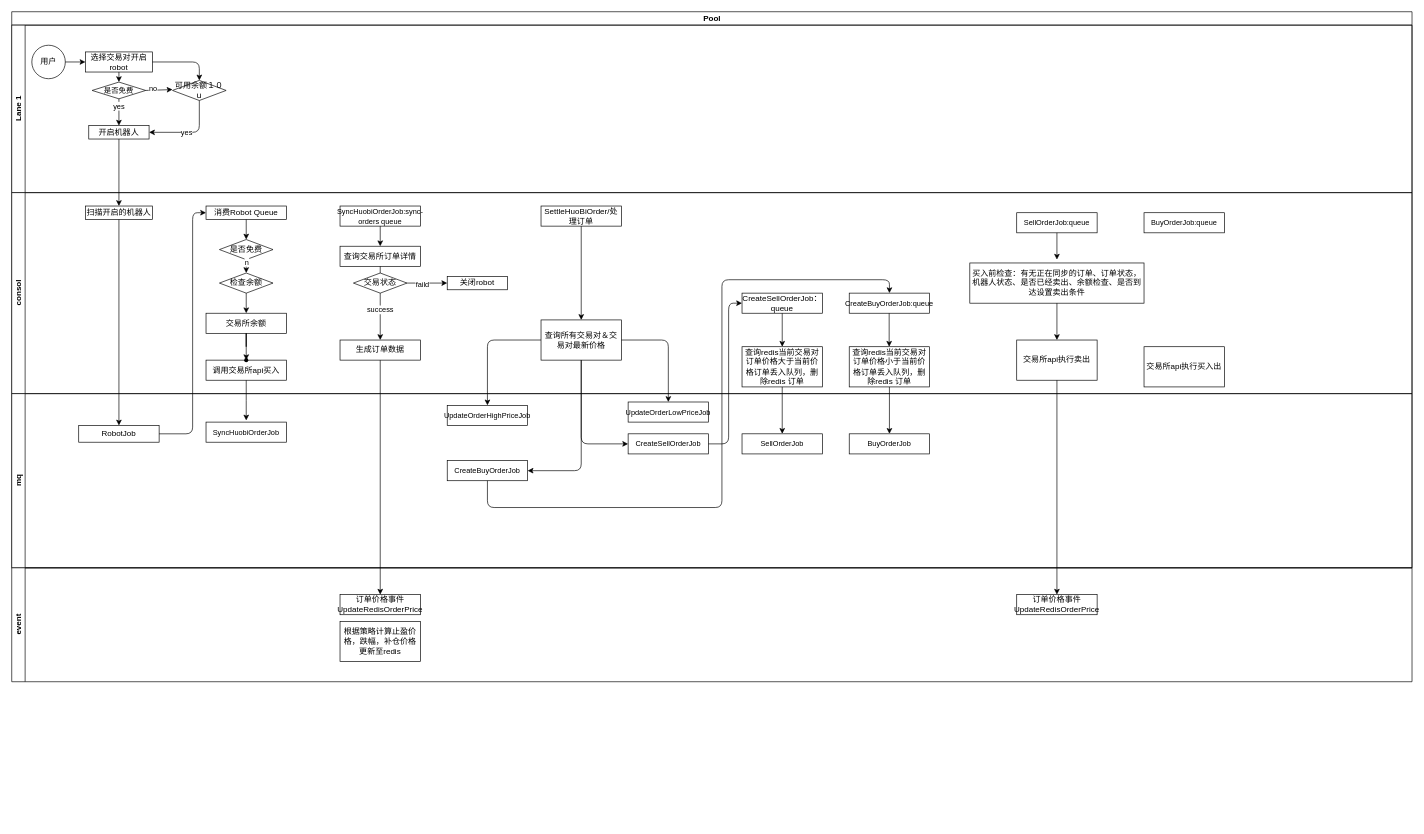
makeyin/dev keeps this draw.io diagram as Untitled Diagram.drawio. Above is the earlier version. Source tidied: cells renumbered, new cells numbered last; positions are measured from the earlier drawing's top-left corner, leaving out a move shared by most shapes. Both pictures are drawn from the tidied source at 67%, with x=0, y=0 at pixel (11, 11).
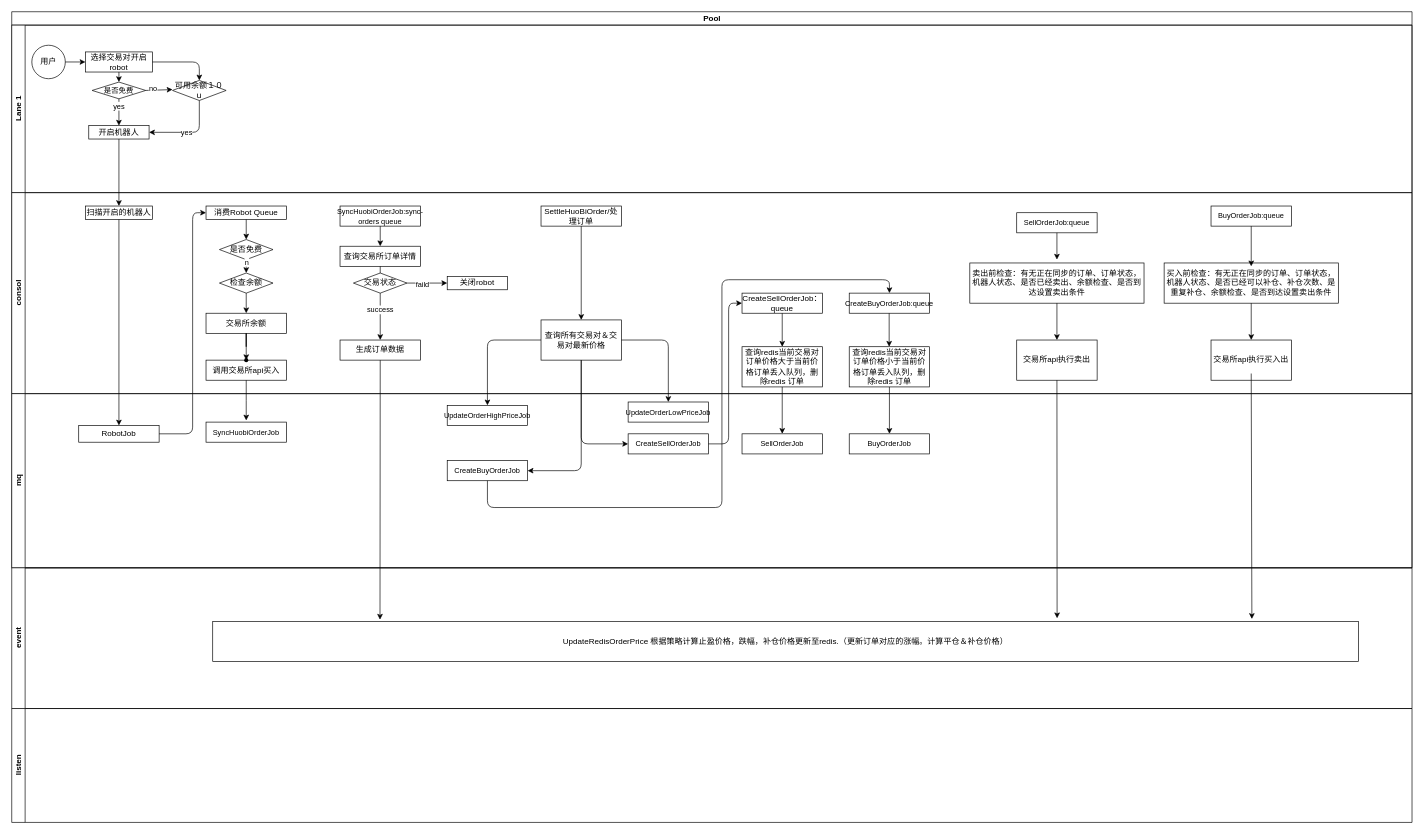
Above is the later version.

Unchanged cells that the change refers to:
```xml
<mxCell id="2" value="Pool" style="swimlane;html=1;horizontal=1;startSize=20;" parent="1" vertex="1">
  <mxGeometry width="2090" height="830" as="geometry" />
</mxCell>
<mxCell id="9" value="开启机器人" style="rounded=0;whiteSpace=wrap;html=1;" parent="3" vertex="1">
  <mxGeometry x="115" y="150" width="90" height="20" as="geometry" />
</mxCell>
<mxCell id="18" value="consol" style="swimlane;html=1;startSize=20;horizontal=0;" parent="2" vertex="1">
  <mxGeometry y="270" width="2090" height="300" as="geometry" />
</mxCell>
<mxCell id="19" value="扫描开启的机器人" style="rounded=0;whiteSpace=wrap;html=1;" parent="18" vertex="1">
  <mxGeometry x="110" y="20" width="100" height="20" as="geometry" />
</mxCell>
<mxCell id="34" value="生成订单数据" style="rounded=0;whiteSpace=wrap;html=1;" parent="18" vertex="1">
  <mxGeometry x="490" y="220" width="120" height="30" as="geometry" />
</mxCell>
<mxCell id="52" value="交易所api执行卖出" style="rounded=0;whiteSpace=wrap;html=1;" parent="18" vertex="1">
  <mxGeometry x="1500" y="220" width="120" height="60" as="geometry" />
</mxCell>
```

What changed in the source:
```diff
@@
+    <mxCell id="56" style="endArrow=classic;html=1;exitX=0.5;exitY=1;exitDx=0;exitDy=0;entryX=0.5;entryY=0;entryDx=0;entryDy=0;" parent="2" edge="1" source="9" target="19">
+      <mxGeometry relative="1" as="geometry" />
+    </mxCell>
@@
     <mxCell id="53" value="交易所api执行买入出" style="rounded=0;whiteSpace=wrap;html=1;" parent="18" vertex="1">
-      <mxGeometry x="1690" y="230" width="120" height="60" as="geometry" />
+      <mxGeometry x="1790" y="220" width="120" height="60" as="geometry" />
     </mxCell>
-    <mxCell id="54" value="买入前检查：有无正在同步的订单、订单状态，机器人状态、是否已经卖出、余额检查、是否到达设置卖出条件" style="rounded=0;whiteSpace=wrap;html=1;" parent="18" vertex="1">
+    <mxCell id="54" value="卖出前检查：有无正在同步的订单、订单状态，机器人状态、是否已经卖出、余额检查、是否到达设置卖出条件" style="rounded=0;whiteSpace=wrap;html=1;" parent="18" vertex="1">
       <mxGeometry x="1430" y="105" width="260" height="60" as="geometry" />
     </mxCell>
@@
-    <mxCell id="56" style="endArrow=classic;html=1;exitX=0.5;exitY=1;exitDx=0;exitDy=0;entryX=0.5;entryY=0;entryDx=0;entryDy=0;" parent="2" edge="1" source="9" target="19">
-      <mxGeometry relative="1" as="geometry" />
-    </mxCell>
+    <mxCell id="85" value="买入前检查：有无正在同步的订单、订单状态，机器人状态、是否已经可以补仓、补仓次数、是重复补仓、余额检查、是否到达设置卖出条件" style="rounded=0;whiteSpace=wrap;html=1;" parent="18" vertex="1">
+      <mxGeometry x="1720" y="105" width="260" height="60" as="geometry" />
+    </mxCell>
+    <mxCell id="82" value="&lt;font style=&quot;font-size: 11px&quot;&gt;BuyOrderJob:queue&lt;/font&gt;" style="rounded=0;whiteSpace=wrap;html=1;" parent="18" vertex="1">
+      <mxGeometry x="1790" y="20" width="120" height="30" as="geometry" />
+    </mxCell>
+    <mxCell id="86" style="endArrow=classic;html=1;entryX=0.5;entryY=0;entryDx=0;entryDy=0;exitX=0.5;exitY=1;exitDx=0;exitDy=0;" parent="18" edge="1" source="85" target="53">
+      <mxGeometry relative="1" as="geometry" />
+    </mxCell>
@@
     <mxCell id="75" value="event" style="swimlane;html=1;startSize=20;horizontal=0;" parent="1" vertex="1">
-      <mxGeometry y="830" width="2090" height="170" as="geometry" />
+      <mxGeometry y="830" width="2090" height="210" as="geometry" />
     </mxCell>
-    <mxCell id="76" value="订单价格事件&lt;br&gt;UpdateRedisOrderPrice" style="rounded=0;whiteSpace=wrap;html=1;" parent="75" vertex="1">
-      <mxGeometry x="490" y="40" width="120" height="30" as="geometry" />
-    </mxCell>
-    <mxCell id="77" value="根据策略计算止盈价格，跌幅，补仓价格更新至redis" style="rounded=0;whiteSpace=wrap;html=1;" parent="75" vertex="1">
-      <mxGeometry x="490" y="80" width="120" height="60" as="geometry" />
+    <mxCell id="77" value="UpdateRedisOrderPrice 根据策略计算止盈价格，跌幅，补仓价格更新至redis.（更新订单对应的涨幅。计算平仓＆补仓价格）" style="rounded=0;whiteSpace=wrap;html=1;" parent="75" vertex="1">
+      <mxGeometry x="300" y="80" width="1710" height="60" as="geometry" />
     </mxCell>
-    <mxCell id="78" value="订单价格事件&lt;br&gt;UpdateRedisOrderPrice" style="rounded=0;whiteSpace=wrap;html=1;" parent="75" vertex="1">
-      <mxGeometry x="1500" y="40" width="120" height="30" as="geometry" />
-    </mxCell>
-    <mxCell id="79" style="endArrow=classic;html=1;exitX=0.5;exitY=1;exitDx=0;exitDy=0;" parent="1" edge="1" source="34" target="76">
+    <mxCell id="79" style="endArrow=classic;html=1;exitX=0.5;exitY=1;exitDx=0;exitDy=0;entryX=0.146;entryY=-0.044;entryDx=0;entryDy=0;entryPerimeter=0;" parent="1" edge="1" source="34" target="77">
       <mxGeometry relative="1" as="geometry" />
     </mxCell>
@@
-    <mxCell id="82" value="&lt;font style=&quot;font-size: 11px&quot;&gt;BuyOrderJob:queue&lt;/font&gt;" style="rounded=0;whiteSpace=wrap;html=1;" parent="1" vertex="1">
-      <mxGeometry x="1690" y="300" width="120" height="30" as="geometry" />
-    </mxCell>
@@
-    <mxCell id="84" style="endArrow=classic;html=1;exitX=0.5;exitY=1;exitDx=0;exitDy=0;" parent="1" edge="1" source="52" target="78">
+    <mxCell id="84" style="endArrow=classic;html=1;exitX=0.5;exitY=1;exitDx=0;exitDy=0;entryX=0.737;entryY=-0.078;entryDx=0;entryDy=0;entryPerimeter=0;" parent="1" edge="1" source="52" target="77">
       <mxGeometry relative="1" as="geometry" />
     </mxCell>
+    <mxCell id="87" style="endArrow=classic;html=1;exitX=0.5;exitY=1;exitDx=0;exitDy=0;" parent="1" edge="1" source="82">
+      <mxGeometry relative="1" as="geometry">
+        <mxPoint x="1850" y="380" as="targetPoint" />
+      </mxGeometry>
+    </mxCell>
+    <mxCell id="88" value="listen" style="swimlane;html=1;startSize=20;horizontal=0;" parent="1" vertex="1">
+      <mxGeometry y="1040" width="2090" height="170" as="geometry" />
+    </mxCell>
+    <mxCell id="89" style="endArrow=classic;html=1;exitX=0.5;exitY=1;exitDx=0;exitDy=0;entryX=0.907;entryY=-0.061;entryDx=0;entryDy=0;entryPerimeter=0;" parent="1" edge="1" target="77">
+      <mxGeometry relative="1" as="geometry">
+        <mxPoint x="1850" y="540" as="sourcePoint" />
+      </mxGeometry>
+    </mxCell>
```
